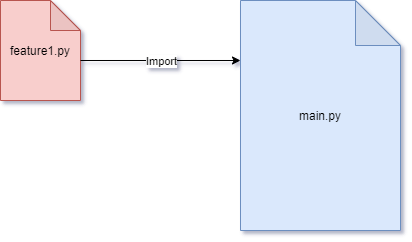
Above: docs/pics/ModulitF1.drawio.png in Raision-seudun-koulutuskuntayhtyma/Tietokannat (draw.io), before the change. Source tidied: cells renumbered, new cells last; positions are measured from the earlier drawing's top-left corner, leaving out a move shared by most shapes.
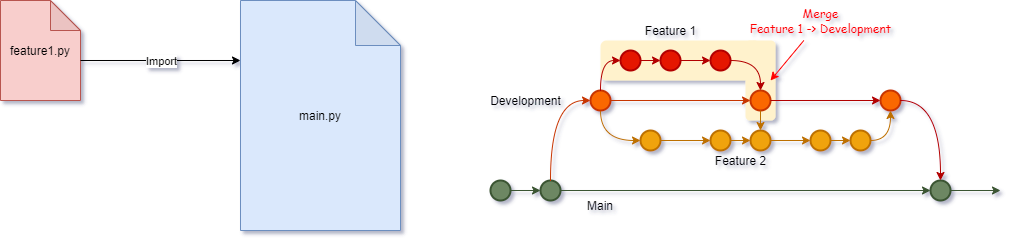
Later version of the same file.

What changed in the source:
```diff
@@ -17,5 +17,146 @@
     <mxCell id="5" value="Import" style="edgeLabel;html=1;align=center;verticalAlign=middle;" parent="4" vertex="1">
       <mxGeometry relative="1" as="geometry" />
     </mxCell>
+    <mxCell id="6" style="group;" parent="1" vertex="1">
+      <mxGeometry x="480" width="520" height="220" as="geometry" />
+    </mxCell>
+    <mxCell id="7" style="rounded=1;whiteSpace=wrap;html=1;sketch=0;fillColor=#fff2cc;strokeColor=none;" parent="6" vertex="1">
+      <mxGeometry x="265" y="40" width="30" height="80" as="geometry" />
+    </mxCell>
+    <mxCell id="8" style="rounded=1;whiteSpace=wrap;html=1;sketch=0;fillColor=#fff2cc;strokeColor=none;" parent="6" vertex="1">
+      <mxGeometry x="120" y="40" width="160" height="40" as="geometry" />
+    </mxCell>
+    <mxCell id="9" style="strokeWidth=2;html=1;shape=mxgraph.flowchart.start_2;whiteSpace=wrap;fillColor=#6d8764;strokeColor=#3A5431;fontColor=#ffffff;" parent="6" vertex="1">
+      <mxGeometry x="60" y="180" width="20" height="20" as="geometry" />
+    </mxCell>
+    <mxCell id="10" style="strokeWidth=2;html=1;shape=mxgraph.flowchart.start_2;whiteSpace=wrap;fillColor=#fa6800;strokeColor=#C73500;fontColor=#000000;" parent="6" vertex="1">
+      <mxGeometry x="110" y="90" width="20" height="20" as="geometry" />
+    </mxCell>
+    <mxCell id="11" style="edgeStyle=orthogonalEdgeStyle;curved=1;jettySize=auto;html=1;entryX=0;entryY=0.5;entryDx=0;entryDy=0;entryPerimeter=0;fillColor=#fa6800;strokeColor=#C73500;" parent="6" edge="1" source="9" target="10">
+      <mxGeometry relative="1" as="geometry">
+        <Array as="points">
+          <mxPoint x="70" y="100" />
+        </Array>
+      </mxGeometry>
+    </mxCell>
+    <mxCell id="12" style="strokeWidth=2;html=1;shape=mxgraph.flowchart.start_2;whiteSpace=wrap;fillColor=#e51400;strokeColor=#B20000;fontColor=#ffffff;" parent="6" vertex="1">
+      <mxGeometry x="140" y="50" width="20" height="20" as="geometry" />
+    </mxCell>
+    <mxCell id="13" style="edgeStyle=orthogonalEdgeStyle;curved=1;jettySize=auto;html=1;entryX=0;entryY=0.5;entryDx=0;entryDy=0;entryPerimeter=0;fillColor=#e51400;strokeColor=#B20000;" parent="6" edge="1" source="10" target="12">
+      <mxGeometry relative="1" as="geometry">
+        <Array as="points">
+          <mxPoint x="120" y="60" />
+        </Array>
+      </mxGeometry>
+    </mxCell>
+    <mxCell id="14" style="strokeWidth=2;html=1;shape=mxgraph.flowchart.start_2;whiteSpace=wrap;fillColor=#e51400;strokeColor=#B20000;fontColor=#ffffff;" parent="6" vertex="1">
+      <mxGeometry x="180" y="50" width="20" height="20" as="geometry" />
+    </mxCell>
+    <mxCell id="15" style="edgeStyle=orthogonalEdgeStyle;curved=1;jettySize=auto;html=1;entryX=0;entryY=0.5;entryDx=0;entryDy=0;entryPerimeter=0;fillColor=#e51400;strokeColor=#B20000;" parent="6" edge="1" source="12" target="14">
+      <mxGeometry relative="1" as="geometry" />
+    </mxCell>
+    <mxCell id="16" style="strokeWidth=2;html=1;shape=mxgraph.flowchart.start_2;whiteSpace=wrap;fillColor=#e51400;strokeColor=#B20000;fontColor=#ffffff;" parent="6" vertex="1">
+      <mxGeometry x="230" y="50" width="20" height="20" as="geometry" />
+    </mxCell>
+    <mxCell id="17" style="edgeStyle=orthogonalEdgeStyle;curved=1;jettySize=auto;html=1;entryX=0;entryY=0.5;entryDx=0;entryDy=0;entryPerimeter=0;fillColor=#e51400;strokeColor=#B20000;" parent="6" edge="1" source="14" target="16">
+      <mxGeometry relative="1" as="geometry" />
+    </mxCell>
+    <mxCell id="18" style="strokeWidth=2;html=1;shape=mxgraph.flowchart.start_2;whiteSpace=wrap;fillColor=#f0a30a;strokeColor=#BD7000;fontColor=#000000;" parent="6" vertex="1">
+      <mxGeometry x="160" y="130" width="20" height="20" as="geometry" />
+    </mxCell>
+    <mxCell id="19" style="edgeStyle=orthogonalEdgeStyle;curved=1;jettySize=auto;html=1;entryX=0;entryY=0.5;entryDx=0;entryDy=0;entryPerimeter=0;fillColor=#f0a30a;strokeColor=#BD7000;" parent="6" edge="1" source="10" target="18">
+      <mxGeometry relative="1" as="geometry">
+        <Array as="points">
+          <mxPoint x="120" y="140" />
+        </Array>
+      </mxGeometry>
+    </mxCell>
+    <mxCell id="20" style="strokeWidth=2;html=1;shape=mxgraph.flowchart.start_2;whiteSpace=wrap;fillColor=#f0a30a;strokeColor=#BD7000;fontColor=#000000;" parent="6" vertex="1">
+      <mxGeometry x="230" y="130" width="20" height="20" as="geometry" />
+    </mxCell>
+    <mxCell id="21" style="edgeStyle=orthogonalEdgeStyle;curved=1;jettySize=auto;html=1;entryX=0;entryY=0.5;entryDx=0;entryDy=0;entryPerimeter=0;fillColor=#f0a30a;strokeColor=#BD7000;" parent="6" edge="1" source="18" target="20">
+      <mxGeometry relative="1" as="geometry" />
+    </mxCell>
+    <mxCell id="22" style="strokeWidth=2;html=1;shape=mxgraph.flowchart.start_2;whiteSpace=wrap;fillColor=#f0a30a;strokeColor=#BD7000;fontColor=#000000;" parent="6" vertex="1">
+      <mxGeometry x="330" y="130" width="20" height="20" as="geometry" />
+    </mxCell>
+    <mxCell id="23" style="strokeWidth=2;html=1;shape=mxgraph.flowchart.start_2;whiteSpace=wrap;fillColor=#fa6800;strokeColor=#C73500;fontColor=#000000;" parent="6" vertex="1">
+      <mxGeometry x="270" y="90" width="20" height="20" as="geometry" />
+    </mxCell>
+    <mxCell id="24" style="edgeStyle=orthogonalEdgeStyle;curved=1;jettySize=auto;html=1;entryX=0;entryY=0.5;entryDx=0;entryDy=0;entryPerimeter=0;fillColor=#fa6800;strokeColor=#C73500;" parent="6" edge="1" source="10" target="23">
+      <mxGeometry relative="1" as="geometry" />
+    </mxCell>
+    <mxCell id="25" style="edgeStyle=orthogonalEdgeStyle;curved=1;jettySize=auto;html=1;entryX=0.5;entryY=0;entryDx=0;entryDy=0;entryPerimeter=0;fillColor=#e51400;strokeColor=#B20000;" parent="6" edge="1" source="16" target="23">
+      <mxGeometry relative="1" as="geometry" />
+    </mxCell>
+    <mxCell id="26" style="edgeStyle=orthogonalEdgeStyle;curved=1;jettySize=auto;html=1;fillColor=#f0a30a;strokeColor=#BD7000;" parent="6" edge="1" source="27">
+      <mxGeometry relative="1" as="geometry">
+        <mxPoint x="330" y="140" as="targetPoint" />
+      </mxGeometry>
+    </mxCell>
+    <mxCell id="27" style="strokeWidth=2;html=1;shape=mxgraph.flowchart.start_2;whiteSpace=wrap;fillColor=#f0a30a;strokeColor=#BD7000;fontColor=#000000;" parent="6" vertex="1">
+      <mxGeometry x="270" y="130" width="20" height="20" as="geometry" />
+    </mxCell>
+    <mxCell id="28" style="edgeStyle=orthogonalEdgeStyle;curved=1;jettySize=auto;html=1;entryX=0;entryY=0.5;entryDx=0;entryDy=0;entryPerimeter=0;fillColor=#f0a30a;strokeColor=#BD7000;" parent="6" edge="1" source="20" target="27">
+      <mxGeometry relative="1" as="geometry" />
+    </mxCell>
+    <mxCell id="29" style="edgeStyle=orthogonalEdgeStyle;curved=1;jettySize=auto;html=1;fillColor=#f0a30a;strokeColor=#BD7000;" parent="6" edge="1" source="23" target="27">
+      <mxGeometry relative="1" as="geometry" />
+    </mxCell>
+    <mxCell id="30" style="strokeWidth=2;html=1;shape=mxgraph.flowchart.start_2;whiteSpace=wrap;fillColor=#f0a30a;strokeColor=#BD7000;fontColor=#000000;" parent="6" vertex="1">
+      <mxGeometry x="370" y="130" width="20" height="20" as="geometry" />
+    </mxCell>
+    <mxCell id="31" style="edgeStyle=orthogonalEdgeStyle;curved=1;jettySize=auto;html=1;entryX=0;entryY=0.5;entryDx=0;entryDy=0;entryPerimeter=0;fillColor=#f0a30a;strokeColor=#BD7000;" parent="6" edge="1" source="22" target="30">
+      <mxGeometry relative="1" as="geometry" />
+    </mxCell>
+    <mxCell id="32" style="strokeWidth=2;html=1;shape=mxgraph.flowchart.start_2;whiteSpace=wrap;fillColor=#fa6800;strokeColor=#C73500;fontColor=#000000;" parent="6" vertex="1">
+      <mxGeometry x="400" y="90" width="20" height="20" as="geometry" />
+    </mxCell>
+    <mxCell id="33" style="edgeStyle=orthogonalEdgeStyle;curved=1;jettySize=auto;html=1;entryX=0;entryY=0.5;entryDx=0;entryDy=0;entryPerimeter=0;fillColor=#e51400;strokeColor=#B20000;" parent="6" edge="1" source="23" target="32">
+      <mxGeometry relative="1" as="geometry" />
+    </mxCell>
+    <mxCell id="34" style="edgeStyle=orthogonalEdgeStyle;curved=1;jettySize=auto;html=1;entryX=0.5;entryY=1;entryDx=0;entryDy=0;entryPerimeter=0;fillColor=#f0a30a;strokeColor=#BD7000;" parent="6" edge="1" source="30" target="32">
+      <mxGeometry relative="1" as="geometry" />
+    </mxCell>
+    <mxCell id="35" style="edgeStyle=orthogonalEdgeStyle;curved=1;jettySize=auto;html=1;fillColor=#6d8764;strokeColor=#3A5431;" parent="6" edge="1" source="36">
+      <mxGeometry relative="1" as="geometry">
+        <mxPoint x="520" y="190" as="targetPoint" />
+      </mxGeometry>
+    </mxCell>
+    <mxCell id="36" style="strokeWidth=2;html=1;shape=mxgraph.flowchart.start_2;whiteSpace=wrap;fillColor=#6d8764;strokeColor=#3A5431;fontColor=#ffffff;" parent="6" vertex="1">
+      <mxGeometry x="450" y="180" width="20" height="20" as="geometry" />
+    </mxCell>
+    <mxCell id="37" style="edgeStyle=orthogonalEdgeStyle;curved=1;jettySize=auto;html=1;fillColor=#6d8764;strokeColor=#3A5431;" parent="6" edge="1" source="9" target="36">
+      <mxGeometry relative="1" as="geometry" />
+    </mxCell>
+    <mxCell id="38" style="edgeStyle=orthogonalEdgeStyle;curved=1;jettySize=auto;html=1;entryX=0.5;entryY=0;entryDx=0;entryDy=0;entryPerimeter=0;fillColor=#e51400;strokeColor=#B20000;" parent="6" edge="1" source="32" target="36">
+      <mxGeometry relative="1" as="geometry" />
+    </mxCell>
+    <mxCell id="39" value="Main" style="text;html=1;strokeColor=none;fillColor=none;align=center;verticalAlign=middle;whiteSpace=wrap;rounded=0;" parent="6" vertex="1">
+      <mxGeometry x="90" y="190" width="60" height="30" as="geometry" />
+    </mxCell>
+    <mxCell id="40" value="Development" style="text;html=1;align=center;verticalAlign=middle;strokeColor=none;fillColor=none;" parent="6" vertex="1">
+      <mxGeometry y="90" width="90" height="20" as="geometry" />
+    </mxCell>
+    <mxCell id="41" value="Feature 1" style="text;html=1;align=center;verticalAlign=middle;strokeColor=none;fillColor=none;" parent="6" vertex="1">
+      <mxGeometry x="155" y="20" width="70" height="20" as="geometry" />
+    </mxCell>
+    <mxCell id="42" value="Feature 2" style="text;html=1;align=center;verticalAlign=middle;strokeColor=none;fillColor=none;" parent="6" vertex="1">
+      <mxGeometry x="225" y="150" width="70" height="20" as="geometry" />
+    </mxCell>
+    <mxCell id="43" style="edgeStyle=orthogonalEdgeStyle;curved=1;jettySize=auto;html=1;entryX=0;entryY=0.5;entryDx=0;entryDy=0;entryPerimeter=0;fillColor=#6d8764;strokeColor=#3A5431;" parent="6" edge="1" source="44" target="9">
+      <mxGeometry relative="1" as="geometry" />
+    </mxCell>
+    <mxCell id="44" style="strokeWidth=2;html=1;shape=mxgraph.flowchart.start_2;whiteSpace=wrap;fillColor=#6d8764;strokeColor=#3A5431;fontColor=#ffffff;" parent="6" vertex="1">
+      <mxGeometry x="10" y="180" width="20" height="20" as="geometry" />
+    </mxCell>
+    <mxCell id="45" style="edgeStyle=none;rounded=0;jettySize=auto;html=1;strokeColor=#FF0000;" parent="6" edge="1" source="46">
+      <mxGeometry relative="1" as="geometry">
+        <mxPoint x="290" y="80" as="targetPoint" />
+      </mxGeometry>
+    </mxCell>
+    <mxCell id="46" value="&lt;font face=&quot;Comic Sans MS&quot; color=&quot;#ff0000&quot;&gt;Merge&lt;br&gt;Feature 1 -&amp;gt; Development&lt;/font&gt;" style="text;html=1;align=center;verticalAlign=middle;points=[];strokeColor=none;fillColor=none;" parent="6" vertex="1">
+      <mxGeometry x="260" width="160" height="40" as="geometry" />
+    </mxCell>
   </root>
 </mxGraphModel>
```
